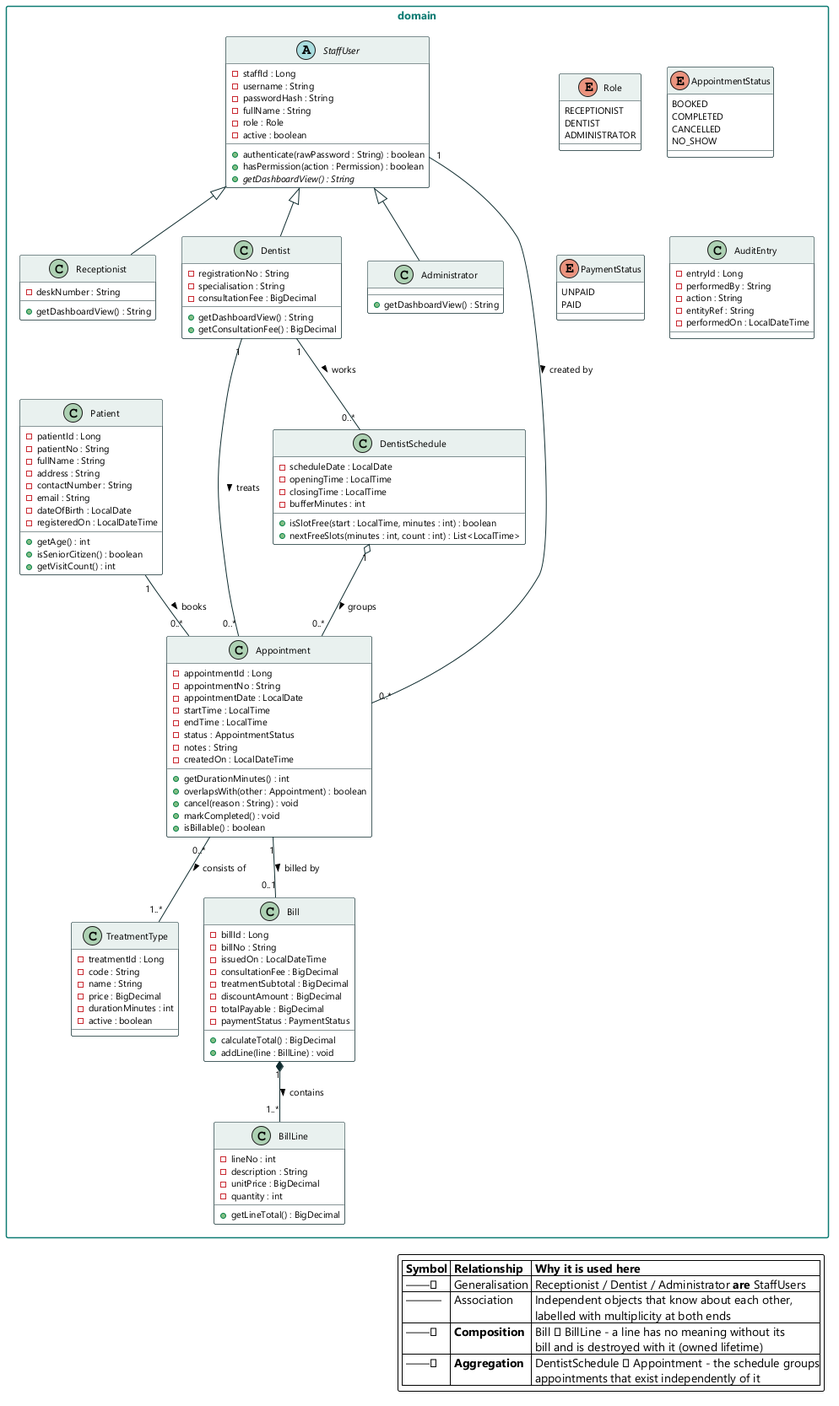
Thanujaya448/sunrise-dental-clinic keeps this PlantUML diagram as docs/uml/Sunrise-Dental-Clinic-Domain-Class.png. Above is the earlier version.
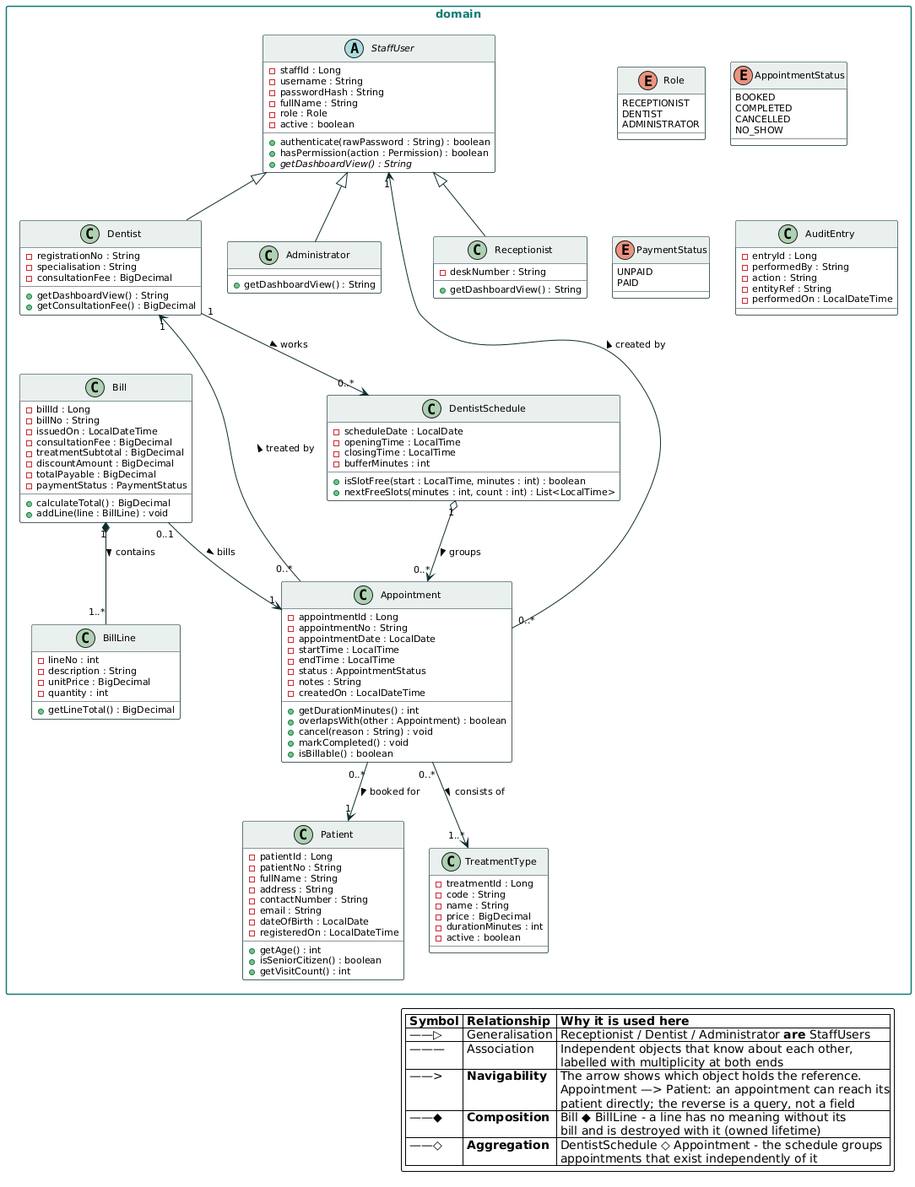
Later version of the same file.

The edit, as a diff of the source:
```diff
@@ -155,22 +155,23 @@
 StaffUser <|-- Dentist
 StaffUser <|-- Administrator
 
-Patient   "1"    -- "0..*" Appointment  : books >
-Dentist   "1"    -- "0..*" Appointment  : treats >
-Appointment "0..*" -- "1..*" TreatmentType : consists of >
-Appointment "1"  -- "0..1" Bill          : billed by >
-StaffUser "1"    -- "0..*" Appointment  : created by >
+Appointment "0..*" --> "1"    Patient       : booked for >
+Appointment "0..*" --> "1"    Dentist       : treated by >
+Appointment "0..*" --> "1..*" TreatmentType : consists of >
+Appointment "0..*" --> "1"    StaffUser     : created by >
+Bill        "0..1" --> "1"    Appointment   : bills >
 
 Bill "1" *-- "1..*" BillLine : contains >
 
-DentistSchedule "1" o-- "0..*" Appointment : groups >
-Dentist "1" -- "0..*" DentistSchedule : works >
+DentistSchedule "1" o--> "0..*" Appointment : groups >
+Dentist         "1" --> "0..*" DentistSchedule : works >
 
 
 legend right
   |= Symbol |= Relationship |= Why it is used here |
   | ——▷ | Generalisation | Receptionist / Dentist / Administrator **are** StaffUsers |
   | ——— | Association | Independent objects that know about each other,\n labelled with multiplicity at both ends |
+  | ——> | **Navigability** | The arrow shows which object holds the reference.\n Appointment —> Patient: an appointment can reach its\n patient directly; the reverse is a query, not a field |
   | ——◆ | **Composition** | Bill ◆ BillLine - a line has no meaning without its\n bill and is destroyed with it (owned lifetime) |
   | ——◇ | **Aggregation** | DentistSchedule ◇ Appointment - the schedule groups\n appointments that exist independently of it |
 endlegend
```
